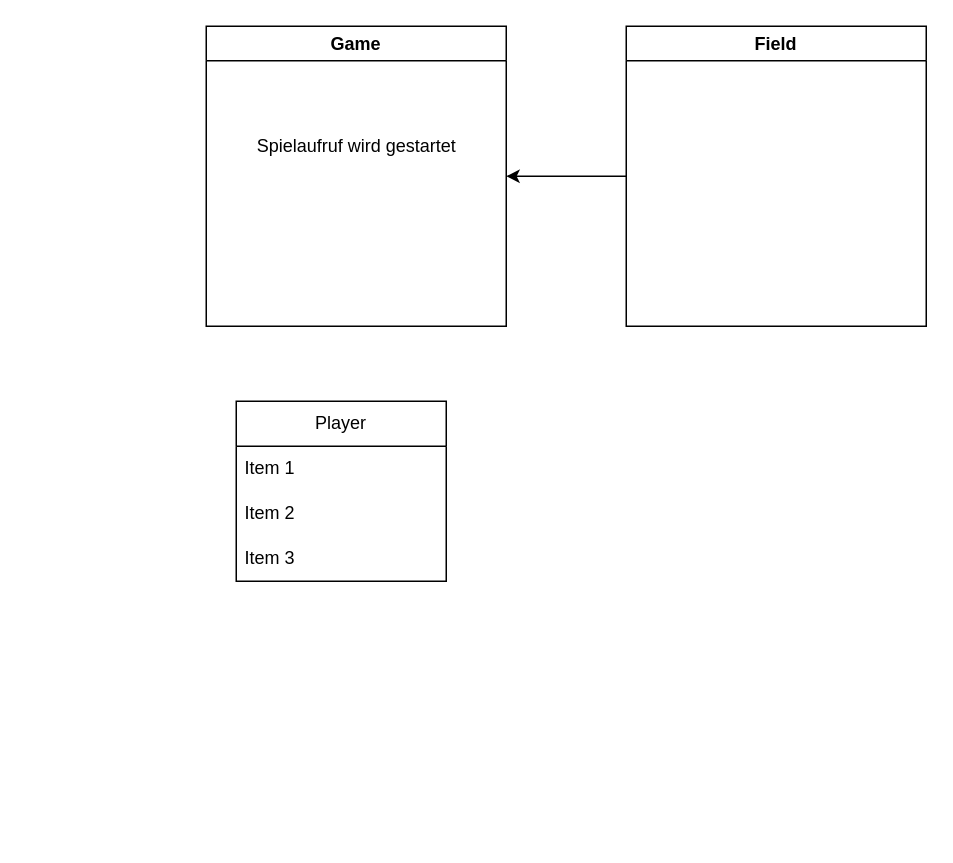
The draw.io diagram Plan.drawio in carlFelixSchlass/Connect4, before the edit. Source tidied: cells renumbered, new cells numbered last; positions are measured from the earlier drawing's top-left corner, leaving out a move shared by most shapes. Both pictures are drawn from the tidied source at 150%, with x=0, y=0 at pixel (206, 26).
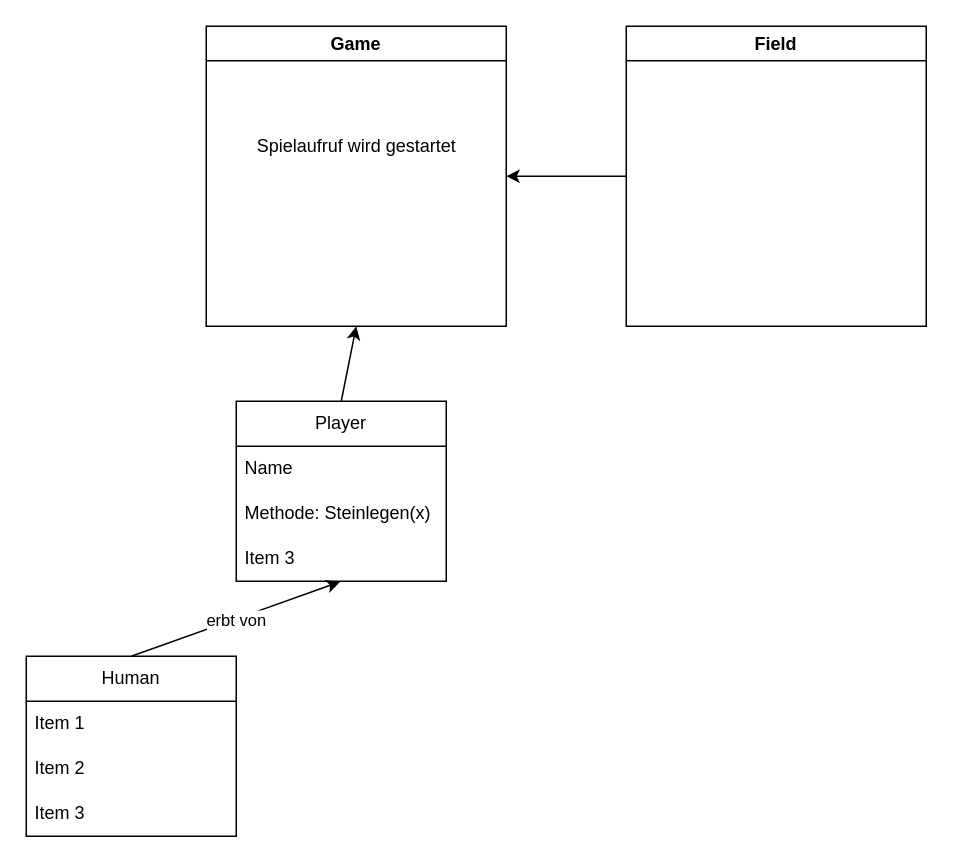
Above is the later version.

Commit message:
Draw ding aktualisiert

The edit, as a diff of the source:
```diff
@@
 <mxGraphModel>
   <root>
     <mxCell id="0" />
     <mxCell id="1" parent="0" />
     <mxCell id="2" value="Game" style="swimlane;whiteSpace=wrap;html=1;" parent="1" vertex="1">
       <mxGeometry width="200" height="200" as="geometry" />
     </mxCell>
     <mxCell id="3" value="Spielaufruf wird gestartet" style="text;html=1;align=center;verticalAlign=middle;strokeColor=none;fillColor=none;" parent="2" vertex="1">
       <mxGeometry x="20" y="65" width="160" height="30" as="geometry" />
     </mxCell>
     <mxCell id="4" style="edgeStyle=none;html=1;exitX=0;exitY=0.5;exitDx=0;exitDy=0;entryX=1;entryY=0.5;entryDx=0;entryDy=0;" parent="1" edge="1" source="5" target="2">
       <mxGeometry relative="1" as="geometry" />
     </mxCell>
     <mxCell id="5" value="Field" style="swimlane;whiteSpace=wrap;html=1;" parent="1" vertex="1">
       <mxGeometry x="280" width="200" height="200" as="geometry" />
     </mxCell>
+    <mxCell id="10" style="edgeStyle=none;html=1;exitX=0.5;exitY=0;exitDx=0;exitDy=0;" parent="1" edge="1" source="6">
+      <mxGeometry relative="1" as="geometry">
+        <mxPoint x="100" y="200" as="targetPoint" />
+      </mxGeometry>
+    </mxCell>
     <mxCell id="6" value="Player" style="swimlane;fontStyle=0;horizontal=1;startSize=30;whiteSpace=wrap;html=1;" parent="1" vertex="1">
       <mxGeometry x="20" y="250" width="140" height="120" as="geometry" />
     </mxCell>
-    <mxCell id="7" value="Item 1" style="text;strokeColor=none;fillColor=none;align=left;verticalAlign=middle;spacingLeft=4;spacingRight=4;overflow=hidden;whiteSpace=wrap;html=1;" parent="6" vertex="1">
+    <mxCell id="7" value="Name" style="text;strokeColor=none;fillColor=none;align=left;verticalAlign=middle;spacingLeft=4;spacingRight=4;overflow=hidden;whiteSpace=wrap;html=1;" parent="6" vertex="1">
       <mxGeometry y="30" width="140" height="30" as="geometry" />
     </mxCell>
-    <mxCell id="8" value="Item 2" style="text;strokeColor=none;fillColor=none;align=left;verticalAlign=middle;spacingLeft=4;spacingRight=4;overflow=hidden;whiteSpace=wrap;html=1;" parent="6" vertex="1">
+    <mxCell id="8" value="Methode: Steinlegen(x)" style="text;strokeColor=none;fillColor=none;align=left;verticalAlign=middle;spacingLeft=4;spacingRight=4;overflow=hidden;whiteSpace=wrap;html=1;" parent="6" vertex="1">
       <mxGeometry y="60" width="140" height="30" as="geometry" />
     </mxCell>
     <mxCell id="9" value="Item 3" style="text;strokeColor=none;fillColor=none;align=left;verticalAlign=middle;spacingLeft=4;spacingRight=4;overflow=hidden;points=[[0,0.5],[1,0.5]];portConstraint=eastwest;whiteSpace=wrap;html=1;" parent="6" vertex="1">
       <mxGeometry y="90" width="140" height="30" as="geometry" />
     </mxCell>
+    <mxCell id="11" value="Human" style="swimlane;fontStyle=0;horizontal=1;startSize=30;whiteSpace=wrap;html=1;" parent="1" vertex="1">
+      <mxGeometry x="-120" y="420" width="140" height="120" as="geometry" />
+    </mxCell>
+    <mxCell id="12" style="endArrow=classic;html=1;entryX=0.494;entryY=1.013;entryDx=0;entryDy=0;entryPerimeter=0;" parent="11" edge="1" target="9">
+      <mxGeometry relative="1" as="geometry">
+        <mxPoint x="70" as="sourcePoint" />
+      </mxGeometry>
+    </mxCell>
+    <mxCell id="13" value="erbt von" style="edgeLabel;html=1;align=center;verticalAlign=middle;" parent="12" vertex="1">
+      <mxGeometry relative="1" as="geometry" />
+    </mxCell>
+    <mxCell id="14" value="Item 1" style="text;strokeColor=none;fillColor=none;align=left;verticalAlign=middle;spacingLeft=4;spacingRight=4;overflow=hidden;whiteSpace=wrap;html=1;" parent="11" vertex="1">
+      <mxGeometry y="30" width="140" height="30" as="geometry" />
+    </mxCell>
+    <mxCell id="15" value="Item 2" style="text;strokeColor=none;fillColor=none;align=left;verticalAlign=middle;spacingLeft=4;spacingRight=4;overflow=hidden;whiteSpace=wrap;html=1;" parent="11" vertex="1">
+      <mxGeometry y="60" width="140" height="30" as="geometry" />
+    </mxCell>
+    <mxCell id="16" value="Item 3" style="text;strokeColor=none;fillColor=none;align=left;verticalAlign=middle;spacingLeft=4;spacingRight=4;overflow=hidden;whiteSpace=wrap;html=1;" parent="11" vertex="1">
+      <mxGeometry y="90" width="140" height="30" as="geometry" />
+    </mxCell>
   </root>
 </mxGraphModel>
```
